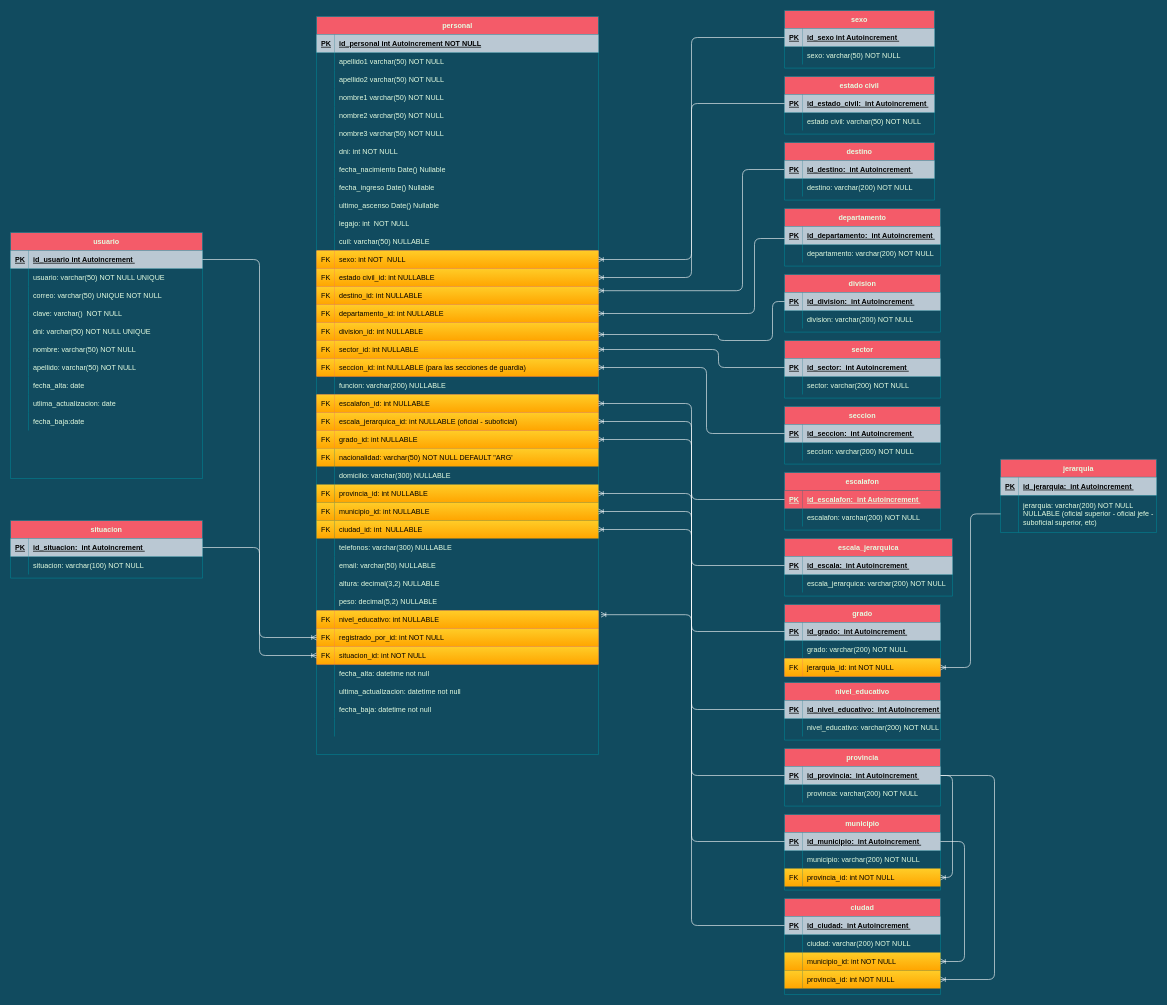
The draw.io diagram Cuerpo Penitenciario.drawio in FSALVA157/EsquemasER, before the edit. Source tidied: cells renumbered, new cells numbered last; positions are measured from the earlier drawing's top-left corner, leaving out a move shared by most shapes. Both pictures are drawn from the tidied source at 60%, with x=0, y=0 at pixel (10, 10).
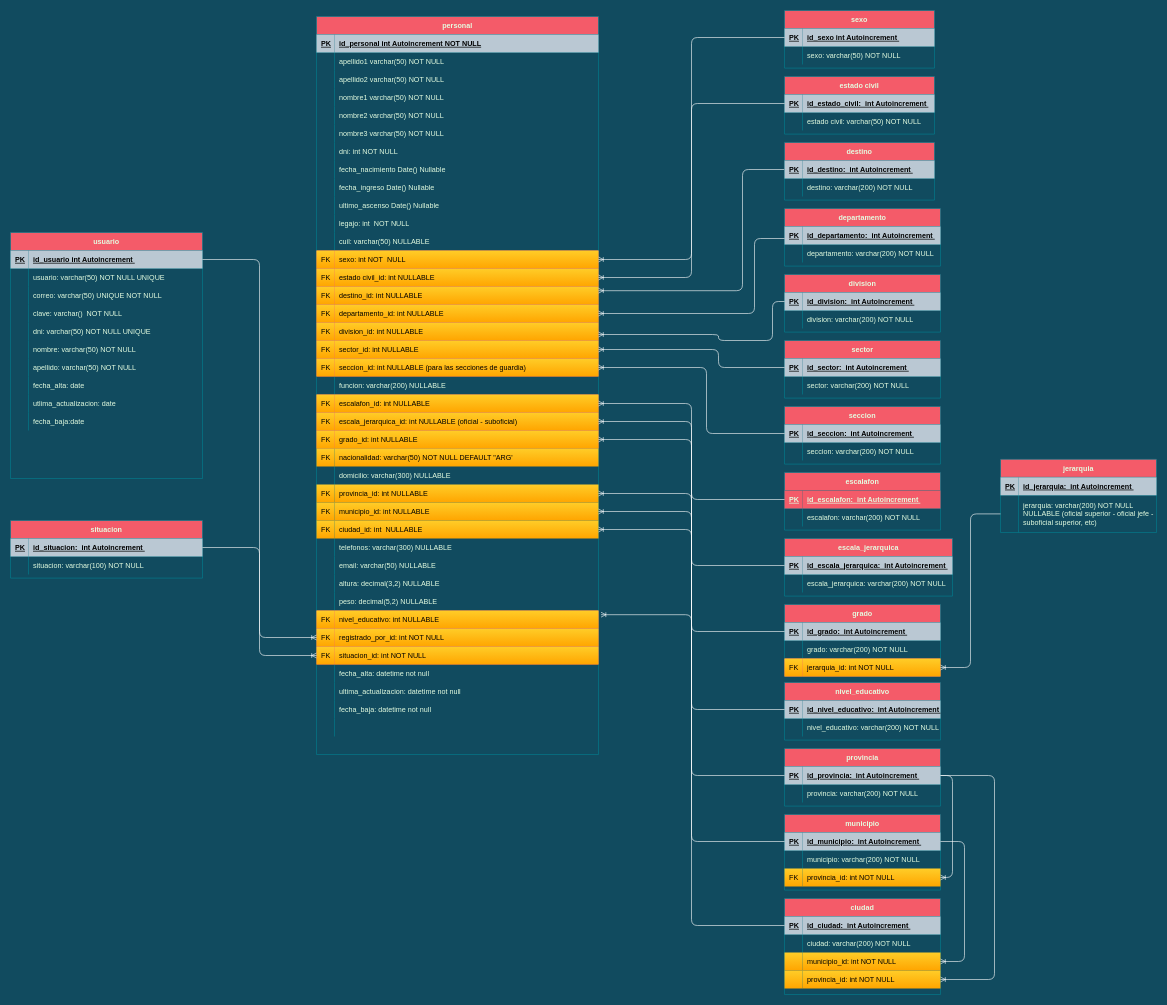
The same diagram, later.

The change refers to these unchanged cells:
```xml
<mxCell id="185" style="shape=partialRectangle;fillColor=none;points=[[0,0.5],[1,0.5]];portConstraint=eastwest;top=0;left=0;right=0;bottom=1;strokeColor=#028090;fontColor=#E4FDE1;" parent="184" vertex="1">
  <mxGeometry y="30" width="280" height="30" as="geometry" />
</mxCell>
```

What changed in the source:
```diff
@@
-    <mxCell id="187" value="id_escala:  int Autoincrement " style="shape=partialRectangle;overflow=hidden;fillColor=#bac8d3;top=0;left=0;bottom=0;right=0;align=left;fontStyle=5;strokeColor=#23445d;spacingLeft=6;fontColor=#000000;" parent="185" vertex="1">
+    <mxCell id="187" value="id_escala_jerarquica:  int Autoincrement " style="shape=partialRectangle;overflow=hidden;fillColor=#bac8d3;top=0;left=0;bottom=0;right=0;align=left;fontStyle=5;strokeColor=#23445d;spacingLeft=6;fontColor=#000000;" parent="185" vertex="1">
       <mxGeometry x="30" width="250" height="30" as="geometry" />
     </mxCell>
```
